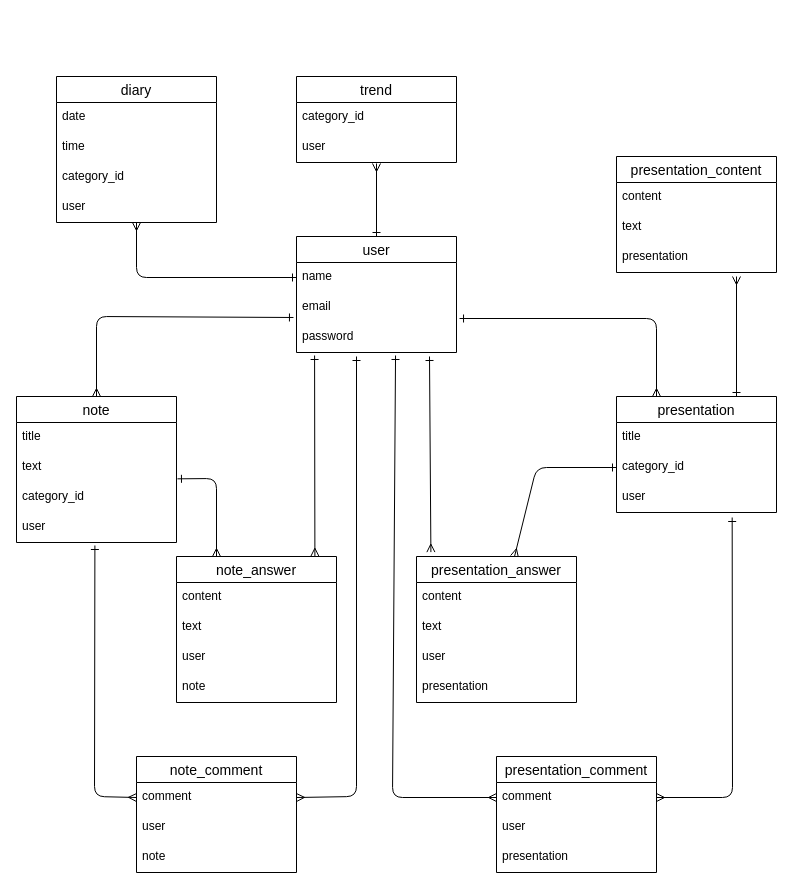
This is ER.dio from xcattleyax/outputera, a draw.io file, before an edit. Source tidied: cells renumbered, new cells numbered last; positions are measured from the earlier drawing's top-left corner, leaving out a move shared by most shapes. Both pictures are drawn from the tidied source at 100%, with x=0, y=0 at pixel (16, 76).
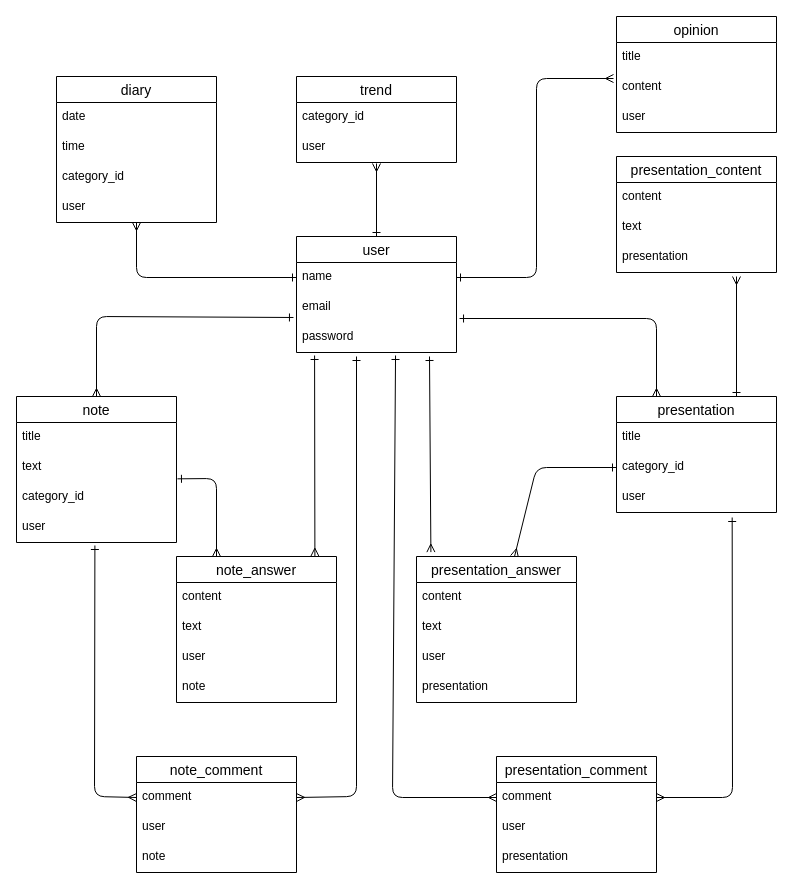
Above is the later version.

Commit message (it also covers changes not shown here):
ER図、READMEの変更

The change refers to these unchanged cells:
```xml
<mxCell id="3" value="name" style="text;strokeColor=none;fillColor=none;spacingLeft=4;spacingRight=4;overflow=hidden;points=[[0,0.5],[1,0.5]];portConstraint=eastwest;fontSize=12;" parent="2" vertex="1">
  <mxGeometry y="26" width="160" height="30" as="geometry" />
</mxCell>
```

Change to the diagram source:
```diff
@@
+    <mxCell id="58" value="opinion" style="swimlane;fontStyle=0;horizontal=1;startSize=26;align=center;fontSize=14;" parent="1" vertex="1">
+      <mxGeometry x="600" y="-60" width="160" height="116" as="geometry" />
+    </mxCell>
+    <mxCell id="59" value="title" style="text;strokeColor=none;fillColor=none;spacingLeft=4;spacingRight=4;overflow=hidden;fontSize=12;" parent="58" vertex="1">
+      <mxGeometry y="26" width="160" height="30" as="geometry" />
+    </mxCell>
+    <mxCell id="60" value="content" style="text;strokeColor=none;fillColor=none;spacingLeft=4;spacingRight=4;overflow=hidden;fontSize=12;" parent="58" vertex="1">
+      <mxGeometry y="56" width="160" height="30" as="geometry" />
+    </mxCell>
+    <mxCell id="61" value="user" style="text;strokeColor=none;fillColor=none;spacingLeft=4;spacingRight=4;overflow=hidden;fontSize=12;" parent="58" vertex="1">
+      <mxGeometry y="86" width="160" height="30" as="geometry" />
+    </mxCell>
+    <mxCell id="62" style="edgeStyle=none;html=1;exitX=1;exitY=0.5;exitDx=0;exitDy=0;startArrow=ERone;startFill=0;endArrow=ERmany;endFill=0;" parent="1" edge="1" source="3">
+      <mxGeometry relative="1" as="geometry">
+        <mxPoint x="597" y="2" as="targetPoint" />
+        <Array as="points">
+          <mxPoint x="520" y="201" />
+          <mxPoint x="520" y="2" />
+        </Array>
+      </mxGeometry>
+    </mxCell>
```
